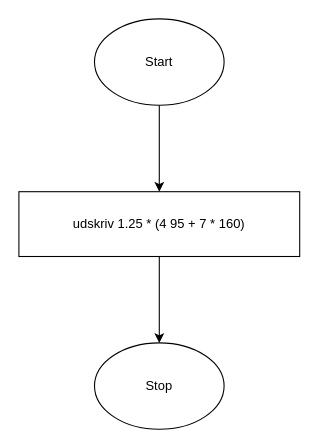
nooberfrombaldursgate/pro1 keeps this draw.io diagram as draw/Untitled Diagram.drawio. Above is the earlier version. Source tidied: cells renumbered, new cells numbered last; positions are measured from the earlier drawing's top-left corner, leaving out a move shared by most shapes. Both pictures are drawn from the tidied source at 108%, with x=0, y=0 at pixel (18, 18).
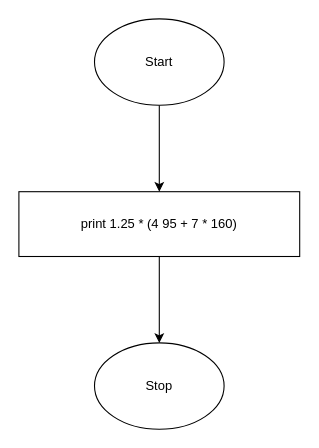
The same diagram, later.

Change to the diagram source:
```diff
@@
 <mxGraphModel>
   <root>
     <mxCell id="0" />
     <mxCell id="1" parent="0" />
     <mxCell id="2" style="edgeStyle=orthogonalEdgeStyle;rounded=0;jettySize=auto;html=1;" parent="1" edge="1" source="3">
       <mxGeometry relative="1" as="geometry">
         <mxPoint x="130" y="300" as="targetPoint" />
       </mxGeometry>
     </mxCell>
-    <mxCell id="3" value="&lt;div&gt;udskriv 1.25 * (4 95 + 7 * 160)&lt;/div&gt;" style="rounded=0;whiteSpace=wrap;html=1;" parent="1" vertex="1">
+    <mxCell id="3" value="&lt;div&gt;print 1.25 * (4 95 + 7 * 160)&lt;/div&gt;" style="rounded=0;whiteSpace=wrap;html=1;" parent="1" vertex="1">
       <mxGeometry y="160" width="260" height="60" as="geometry" />
     </mxCell>
     <mxCell id="4" style="edgeStyle=orthogonalEdgeStyle;rounded=0;jettySize=auto;html=1;entryX=0.5;entryY=0;entryDx=0;entryDy=0;" parent="1" edge="1" source="5" target="3">
       <mxGeometry relative="1" as="geometry" />
     </mxCell>
     <mxCell id="5" value="Start" style="ellipse;whiteSpace=wrap;html=1;" parent="1" vertex="1">
       <mxGeometry x="70" width="120" height="80" as="geometry" />
     </mxCell>
     <mxCell id="6" value="&lt;div&gt;Stop&lt;/div&gt;" style="ellipse;whiteSpace=wrap;html=1;" parent="1" vertex="1">
       <mxGeometry x="70" y="300" width="120" height="80" as="geometry" />
     </mxCell>
   </root>
 </mxGraphModel>
```
